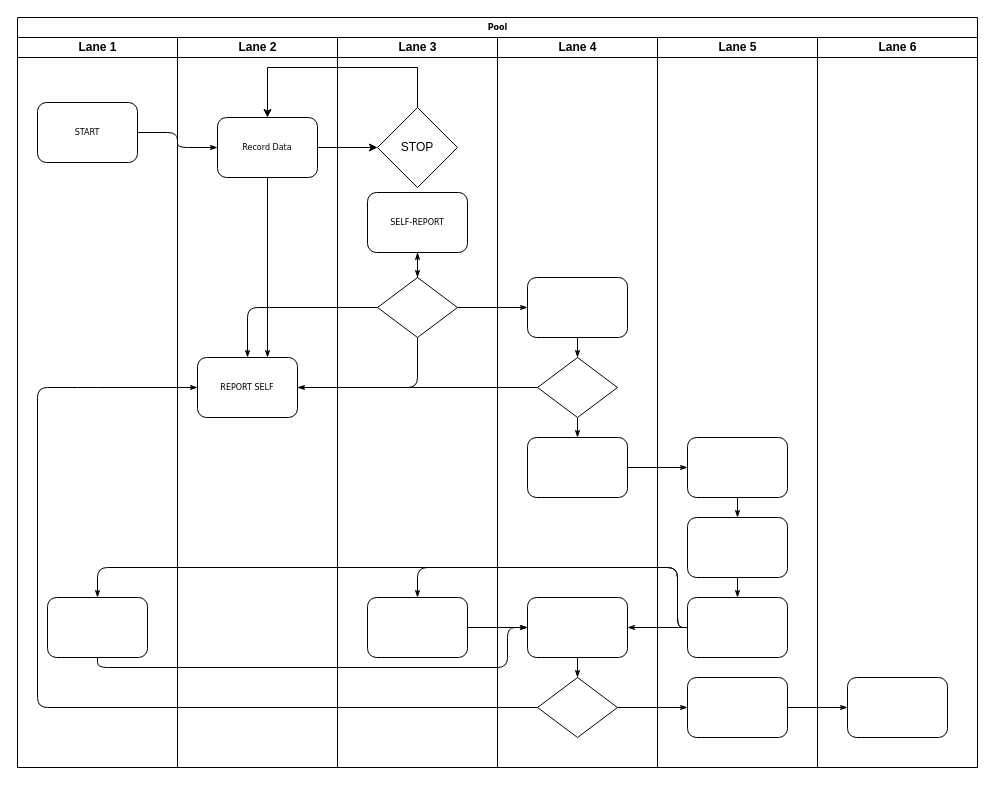
Before: Untitled Diagram.drawio in chrisogonas/uploadFiles, a draw.io diagram. Source tidied: cells renumbered, new cells numbered last; positions are measured from the earlier drawing's top-left corner, leaving out a move shared by most shapes. Both pictures are drawn from the tidied source at 100%, with x=0, y=0 at pixel (17, 17).
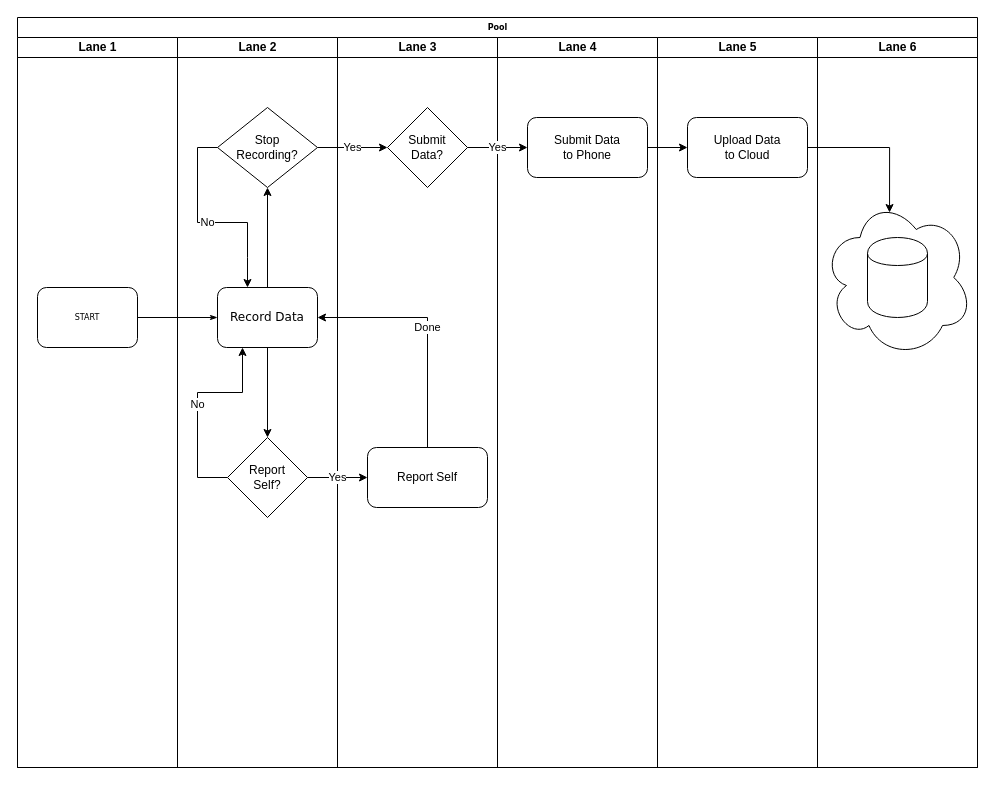
The same page after the edit.

The change refers to these unchanged cells:
```xml
<mxCell id="2" value="Pool" style="swimlane;html=1;startSize=20;rounded=0;shadow=0;labelBackgroundColor=none;strokeWidth=1;fontFamily=Verdana;fontSize=8;align=center;" parent="1" vertex="1">
  <mxGeometry width="960" height="750" as="geometry" />
</mxCell>
<mxCell id="3" value="Lane 1" style="swimlane;html=1;startSize=20;" parent="2" vertex="1">
  <mxGeometry y="20" width="160" height="730" as="geometry" />
</mxCell>
<mxCell id="20" value="Lane 2" style="swimlane;html=1;startSize=20;" parent="2" vertex="1">
  <mxGeometry x="160" y="20" width="160" height="730" as="geometry" />
</mxCell>
<mxCell id="24" value="Lane 3" style="swimlane;html=1;startSize=20;" parent="2" vertex="1">
  <mxGeometry x="320" y="20" width="160" height="730" as="geometry" />
</mxCell>
<mxCell id="30" value="Lane 4" style="swimlane;html=1;startSize=20;" parent="2" vertex="1">
  <mxGeometry x="480" y="20" width="160" height="730" as="geometry" />
</mxCell>
<mxCell id="39" value="Lane 5" style="swimlane;html=1;startSize=20;" parent="2" vertex="1">
  <mxGeometry x="640" y="20" width="160" height="730" as="geometry" />
</mxCell>
<mxCell id="46" value="Lane 6" style="swimlane;html=1;startSize=20;" parent="2" vertex="1">
  <mxGeometry x="800" y="20" width="160" height="730" as="geometry" />
</mxCell>
```

What changed in the source:
```diff
@@
     <mxCell id="4" value="START" style="rounded=1;whiteSpace=wrap;html=1;shadow=0;labelBackgroundColor=none;strokeWidth=1;fontFamily=Verdana;fontSize=8;align=center;" parent="3" vertex="1">
-      <mxGeometry x="20" y="65" width="100" height="60" as="geometry" />
+      <mxGeometry x="20" y="250" width="100" height="60" as="geometry" />
     </mxCell>
-    <mxCell id="5" style="rounded=1;whiteSpace=wrap;html=1;shadow=0;labelBackgroundColor=none;strokeWidth=1;fontFamily=Verdana;fontSize=8;align=center;" parent="3" vertex="1">
-      <mxGeometry x="30" y="560" width="100" height="60" as="geometry" />
-    </mxCell>
-    <mxCell id="6" style="edgeStyle=orthogonalEdgeStyle;rounded=1;html=1;labelBackgroundColor=none;startArrow=none;startFill=0;startSize=5;endArrow=classicThin;endFill=1;endSize=5;jettySize=auto;strokeWidth=1;fontFamily=Verdana;fontSize=8;" parent="2" edge="1" source="4" target="23">
-      <mxGeometry relative="1" as="geometry" />
-    </mxCell>
-    <mxCell id="7" style="edgeStyle=orthogonalEdgeStyle;rounded=1;html=1;labelBackgroundColor=none;startArrow=none;startFill=0;startSize=5;endArrow=classicThin;endFill=1;endSize=5;jettySize=auto;strokeWidth=1;fontFamily=Verdana;fontSize=8;" parent="2" edge="1" source="22" target="25">
-      <mxGeometry relative="1" as="geometry" />
-    </mxCell>
-    <mxCell id="8" style="edgeStyle=orthogonalEdgeStyle;rounded=1;html=1;labelBackgroundColor=none;startArrow=none;startFill=0;startSize=5;endArrow=classicThin;endFill=1;endSize=5;jettySize=auto;strokeWidth=1;fontFamily=Verdana;fontSize=8;" parent="2" edge="1" source="26" target="22">
-      <mxGeometry relative="1" as="geometry" />
-    </mxCell>
-    <mxCell id="9" style="edgeStyle=orthogonalEdgeStyle;rounded=1;html=1;labelBackgroundColor=none;startArrow=none;startFill=0;startSize=5;endArrow=classicThin;endFill=1;endSize=5;jettySize=auto;strokeWidth=1;fontFamily=Verdana;fontSize=8;" parent="2" edge="1" source="32" target="22">
-      <mxGeometry relative="1" as="geometry" />
-    </mxCell>
-    <mxCell id="10" style="edgeStyle=orthogonalEdgeStyle;rounded=1;html=1;labelBackgroundColor=none;startArrow=none;startFill=0;startSize=5;endArrow=classicThin;endFill=1;endSize=5;jettySize=auto;strokeWidth=1;fontFamily=Verdana;fontSize=8;" parent="2" edge="1" source="35" target="22">
-      <mxGeometry relative="1" as="geometry">
-        <Array as="points">
-          <mxPoint x="20" y="690" />
-          <mxPoint x="20" y="370" />
-          <mxPoint x="70" y="370" />
-        </Array>
-      </mxGeometry>
-    </mxCell>
-    <mxCell id="11" style="edgeStyle=orthogonalEdgeStyle;rounded=1;html=1;labelBackgroundColor=none;startArrow=none;startFill=0;startSize=5;endArrow=classicThin;endFill=1;endSize=5;jettySize=auto;strokeWidth=1;fontFamily=Verdana;fontSize=8;" parent="2" edge="1" source="26" target="31">
-      <mxGeometry relative="1" as="geometry" />
-    </mxCell>
-    <mxCell id="12" style="edgeStyle=orthogonalEdgeStyle;rounded=1;html=1;labelBackgroundColor=none;startArrow=none;startFill=0;startSize=5;endArrow=classicThin;endFill=1;endSize=5;jettySize=auto;strokeWidth=1;fontFamily=Verdana;fontSize=8;" parent="2" edge="1" source="35" target="43">
-      <mxGeometry relative="1" as="geometry" />
+    <mxCell id="12" style="edgeStyle=orthogonalEdgeStyle;rounded=1;html=1;labelBackgroundColor=none;startArrow=none;startFill=0;startSize=5;endArrow=classicThin;endFill=1;endSize=5;jettySize=auto;orthogonalLoop=1;strokeWidth=1;fontFamily=Verdana;fontSize=8;" parent="2" edge="1">
+      <mxGeometry relative="1" as="geometry">
+        <mxPoint x="670" y="690" as="targetPoint" />
+      </mxGeometry>
     </mxCell>
-    <mxCell id="13" style="edgeStyle=orthogonalEdgeStyle;rounded=1;html=1;labelBackgroundColor=none;startArrow=none;startFill=0;startSize=5;endArrow=classicThin;endFill=1;endSize=5;jettySize=auto;strokeWidth=1;fontFamily=Verdana;fontSize=8;" parent="2" edge="1" source="43" target="47">
-      <mxGeometry relative="1" as="geometry" />
+    <mxCell id="13" style="edgeStyle=orthogonalEdgeStyle;rounded=1;html=1;labelBackgroundColor=none;startArrow=none;startFill=0;startSize=5;endArrow=classicThin;endFill=1;endSize=5;jettySize=auto;orthogonalLoop=1;strokeWidth=1;fontFamily=Verdana;fontSize=8;" parent="2" edge="1">
+      <mxGeometry relative="1" as="geometry">
+        <mxPoint x="770" y="690" as="sourcePoint" />
+      </mxGeometry>
     </mxCell>
-    <mxCell id="14" style="edgeStyle=orthogonalEdgeStyle;rounded=1;html=1;labelBackgroundColor=none;startArrow=none;startFill=0;startSize=5;endArrow=classicThin;endFill=1;endSize=5;jettySize=auto;strokeWidth=1;fontFamily=Verdana;fontSize=8;" parent="2" edge="1" source="33" target="40">
-      <mxGeometry relative="1" as="geometry" />
-    </mxCell>
-    <mxCell id="15" style="edgeStyle=orthogonalEdgeStyle;rounded=1;html=1;labelBackgroundColor=none;startArrow=none;startFill=0;startSize=5;endArrow=classicThin;endFill=1;endSize=5;jettySize=auto;strokeWidth=1;fontFamily=Verdana;fontSize=8;" parent="2" edge="1" source="42" target="27">
+    <mxCell id="15" style="edgeStyle=orthogonalEdgeStyle;rounded=1;html=1;labelBackgroundColor=none;startArrow=none;startFill=0;startSize=5;endArrow=classicThin;endFill=1;endSize=5;jettySize=auto;orthogonalLoop=1;strokeWidth=1;fontFamily=Verdana;fontSize=8;" parent="2" edge="1">
       <mxGeometry relative="1" as="geometry">
+        <mxPoint x="400" y="580" as="targetPoint" />
         <Array as="points">
           <mxPoint x="660" y="610" />
           <mxPoint x="660" y="550" />
           <mxPoint x="400" y="550" />
         </Array>
       </mxGeometry>
     </mxCell>
-    <mxCell id="16" style="edgeStyle=orthogonalEdgeStyle;rounded=1;html=1;labelBackgroundColor=none;startArrow=none;startFill=0;startSize=5;endArrow=classicThin;endFill=1;endSize=5;jettySize=auto;strokeColor=#000000;strokeWidth=1;fontFamily=Verdana;fontSize=8;fontColor=#000000;" parent="2" edge="1" source="42" target="34">
-      <mxGeometry relative="1" as="geometry" />
+    <mxCell id="16" style="edgeStyle=orthogonalEdgeStyle;rounded=1;html=1;labelBackgroundColor=none;startArrow=none;startFill=0;startSize=5;endArrow=classicThin;endFill=1;endSize=5;jettySize=auto;orthogonalLoop=1;strokeColor=#000000;strokeWidth=1;fontFamily=Verdana;fontSize=8;fontColor=#000000;" parent="2" edge="1">
+      <mxGeometry relative="1" as="geometry">
+        <mxPoint x="610" y="610" as="targetPoint" />
+      </mxGeometry>
     </mxCell>
-    <mxCell id="17" style="edgeStyle=orthogonalEdgeStyle;rounded=1;html=1;labelBackgroundColor=none;startArrow=none;startFill=0;startSize=5;endArrow=classicThin;endFill=1;endSize=5;jettySize=auto;strokeWidth=1;fontFamily=Verdana;fontSize=8;" parent="2" edge="1" source="42" target="5">
+    <mxCell id="17" style="edgeStyle=orthogonalEdgeStyle;rounded=1;html=1;labelBackgroundColor=none;startArrow=none;startFill=0;startSize=5;endArrow=classicThin;endFill=1;endSize=5;jettySize=auto;orthogonalLoop=1;strokeWidth=1;fontFamily=Verdana;fontSize=8;" parent="2" edge="1">
       <mxGeometry relative="1" as="geometry">
+        <mxPoint x="80" y="580" as="targetPoint" />
         <Array as="points">
           <mxPoint x="660" y="610" />
           <mxPoint x="660" y="550" />
           <mxPoint x="80" y="550" />
         </Array>
       </mxGeometry>
     </mxCell>
-    <mxCell id="18" style="edgeStyle=orthogonalEdgeStyle;rounded=1;html=1;labelBackgroundColor=none;startArrow=none;startFill=0;startSize=5;endArrow=classicThin;endFill=1;endSize=5;jettySize=auto;strokeWidth=1;fontFamily=Verdana;fontSize=8;" parent="2" edge="1" source="5" target="34">
+    <mxCell id="18" style="edgeStyle=orthogonalEdgeStyle;rounded=1;html=1;labelBackgroundColor=none;startArrow=none;startFill=0;startSize=5;endArrow=classicThin;endFill=1;endSize=5;jettySize=auto;orthogonalLoop=1;strokeWidth=1;fontFamily=Verdana;fontSize=8;" parent="2" edge="1">
       <mxGeometry relative="1" as="geometry">
+        <mxPoint x="80" y="640" as="sourcePoint" />
         <Array as="points">
           <mxPoint x="80" y="650" />
           <mxPoint x="490" y="650" />
           <mxPoint x="490" y="610" />
         </Array>
       </mxGeometry>
     </mxCell>
-    <mxCell id="19" style="edgeStyle=orthogonalEdgeStyle;rounded=1;html=1;labelBackgroundColor=none;startArrow=none;startFill=0;startSize=5;endArrow=classicThin;endFill=1;endSize=5;jettySize=auto;strokeWidth=1;fontFamily=Verdana;fontSize=8;" parent="2" edge="1" source="27" target="34">
-      <mxGeometry relative="1" as="geometry" />
+    <mxCell id="19" style="edgeStyle=orthogonalEdgeStyle;rounded=1;html=1;labelBackgroundColor=none;startArrow=none;startFill=0;startSize=5;endArrow=classicThin;endFill=1;endSize=5;jettySize=auto;orthogonalLoop=1;strokeWidth=1;fontFamily=Verdana;fontSize=8;" parent="2" edge="1">
+      <mxGeometry relative="1" as="geometry">
+        <mxPoint x="450" y="610" as="sourcePoint" />
+      </mxGeometry>
     </mxCell>
+    <mxCell id="6" style="edgeStyle=orthogonalEdgeStyle;rounded=1;html=1;labelBackgroundColor=none;startArrow=none;startFill=0;startSize=5;endArrow=classicThin;endFill=1;endSize=5;jettySize=auto;strokeWidth=1;fontFamily=Verdana;fontSize=8;" parent="2" edge="1" source="4" target="23">
+      <mxGeometry relative="1" as="geometry" />
+    </mxCell>
+    <mxCell id="50" value="Yes" style="edgeStyle=orthogonalEdgeStyle;rounded=0;comic=0;jettySize=auto;html=1;shadow=0;strokeColor=#000000;" parent="2" edge="1" source="29" target="55">
+      <mxGeometry relative="1" as="geometry" />
+    </mxCell>
@@
-    <mxCell id="21" style="edgeStyle=orthogonalEdgeStyle;rounded=1;html=1;labelBackgroundColor=none;startArrow=none;startFill=0;startSize=5;endArrow=classicThin;endFill=1;endSize=5;jettySize=auto;strokeWidth=1;fontFamily=Verdana;fontSize=8;" parent="20" edge="1" source="23" target="22">
-      <mxGeometry relative="1" as="geometry">
-        <Array as="points">
-          <mxPoint x="80" y="135" />
-          <mxPoint x="-90" y="135" />
-        </Array>
-      </mxGeometry>
-    </mxCell>
-    <mxCell id="22" value="REPORT SELF" style="rounded=1;whiteSpace=wrap;html=1;shadow=0;labelBackgroundColor=none;strokeWidth=1;fontFamily=Verdana;fontSize=8;align=center;" parent="20" vertex="1">
-      <mxGeometry x="20" y="320" width="100" height="60" as="geometry" />
-    </mxCell>
+    <mxCell id="29" value="Stop&lt;br&gt;Recording?" style="rhombus;whiteSpace=wrap;html=1;" parent="20" vertex="1">
+      <mxGeometry x="40" y="70" width="100" height="80" as="geometry" />
+    </mxCell>
+    <mxCell id="51" style="edgeStyle=orthogonalEdgeStyle;rounded=0;comic=0;jettySize=auto;html=1;shadow=0;strokeColor=#000000;entryX=0.5;entryY=0;entryDx=0;entryDy=0;" parent="20" edge="1" source="23" target="53">
+      <mxGeometry relative="1" as="geometry" />
+    </mxCell>
-    <mxCell id="23" value="Record Data" style="rounded=1;whiteSpace=wrap;html=1;shadow=0;labelBackgroundColor=none;strokeWidth=1;fontFamily=Verdana;fontSize=8;align=center;" parent="20" vertex="1">
-      <mxGeometry x="40" y="80" width="100" height="60" as="geometry" />
+    <mxCell id="23" value="&lt;font style=&quot;font-size: 12px&quot;&gt;Record Data&lt;/font&gt;" style="rounded=1;whiteSpace=wrap;html=1;shadow=0;labelBackgroundColor=none;strokeWidth=1;fontFamily=Verdana;fontSize=8;align=center;" parent="20" vertex="1">
+      <mxGeometry x="40" y="250" width="100" height="60" as="geometry" />
     </mxCell>
+    <mxCell id="48" style="edgeStyle=orthogonalEdgeStyle;rounded=0;jettySize=auto;html=1;" parent="20" edge="1" source="23" target="29">
+      <mxGeometry relative="1" as="geometry" />
+    </mxCell>
+    <mxCell id="52" value="No" style="edgeStyle=orthogonalEdgeStyle;rounded=0;comic=0;jettySize=auto;html=1;entryX=0.25;entryY=1;entryDx=0;entryDy=0;shadow=0;strokeColor=#000000;" parent="20" edge="1" source="53" target="23">
+      <mxGeometry relative="1" as="geometry">
+        <Array as="points">
+          <mxPoint x="20" y="440" />
+          <mxPoint x="20" y="355" />
+          <mxPoint x="65" y="355" />
+        </Array>
+      </mxGeometry>
+    </mxCell>
+    <mxCell id="53" value="Report&lt;br&gt;Self?" style="rhombus;whiteSpace=wrap;html=1;" parent="20" vertex="1">
+      <mxGeometry x="50" y="400" width="80" height="80" as="geometry" />
+    </mxCell>
@@
-    <mxCell id="25" value="SELF-REPORT" style="rounded=1;whiteSpace=wrap;html=1;shadow=0;labelBackgroundColor=none;strokeWidth=1;fontFamily=Verdana;fontSize=8;align=center;" parent="24" vertex="1">
-      <mxGeometry x="30" y="155" width="100" height="60" as="geometry" />
-    </mxCell>
-    <mxCell id="26" style="rhombus;whiteSpace=wrap;html=1;rounded=0;shadow=0;labelBackgroundColor=none;strokeWidth=1;fontFamily=Verdana;fontSize=8;align=center;" parent="24" vertex="1">
-      <mxGeometry x="40" y="240" width="80" height="60" as="geometry" />
-    </mxCell>
-    <mxCell id="27" style="rounded=1;whiteSpace=wrap;html=1;shadow=0;labelBackgroundColor=none;strokeWidth=1;fontFamily=Verdana;fontSize=8;align=center;" parent="24" vertex="1">
-      <mxGeometry x="30" y="560" width="100" height="60" as="geometry" />
-    </mxCell>
-    <mxCell id="28" style="edgeStyle=orthogonalEdgeStyle;rounded=1;html=1;labelBackgroundColor=none;startArrow=none;startFill=0;startSize=5;endArrow=classicThin;endFill=1;endSize=5;jettySize=auto;strokeWidth=1;fontFamily=Verdana;fontSize=8;" parent="24" edge="1" source="25" target="26">
-      <mxGeometry relative="1" as="geometry" />
-    </mxCell>
-    <mxCell id="29" value="STOP" style="rhombus;whiteSpace=wrap;html=1;" parent="24" vertex="1">
-      <mxGeometry x="40" y="70" width="80" height="80" as="geometry" />
-    </mxCell>
+    <mxCell id="54" value="Report Self" style="rounded=1;whiteSpace=wrap;html=1;" parent="24" vertex="1">
+      <mxGeometry x="30" y="410" width="120" height="60" as="geometry" />
+    </mxCell>
+    <mxCell id="55" value="Submit&lt;br&gt;Data?" style="rhombus;whiteSpace=wrap;html=1;" parent="24" vertex="1">
+      <mxGeometry x="50" y="70" width="80" height="80" as="geometry" />
+    </mxCell>
@@
-    <mxCell id="31" style="rounded=1;whiteSpace=wrap;html=1;shadow=0;labelBackgroundColor=none;strokeWidth=1;fontFamily=Verdana;fontSize=8;align=center;" parent="30" vertex="1">
-      <mxGeometry x="30" y="240" width="100" height="60" as="geometry" />
-    </mxCell>
-    <mxCell id="32" style="rhombus;whiteSpace=wrap;html=1;rounded=0;shadow=0;labelBackgroundColor=none;strokeWidth=1;fontFamily=Verdana;fontSize=8;align=center;" parent="30" vertex="1">
-      <mxGeometry x="40" y="320" width="80" height="60" as="geometry" />
-    </mxCell>
-    <mxCell id="33" style="rounded=1;whiteSpace=wrap;html=1;shadow=0;labelBackgroundColor=none;strokeWidth=1;fontFamily=Verdana;fontSize=8;align=center;" parent="30" vertex="1">
-      <mxGeometry x="30" y="400" width="100" height="60" as="geometry" />
-    </mxCell>
-    <mxCell id="34" style="rounded=1;whiteSpace=wrap;html=1;shadow=0;labelBackgroundColor=none;strokeWidth=1;fontFamily=Verdana;fontSize=8;align=center;" parent="30" vertex="1">
-      <mxGeometry x="30" y="560" width="100" height="60" as="geometry" />
-    </mxCell>
-    <mxCell id="35" style="rhombus;whiteSpace=wrap;html=1;rounded=0;shadow=0;labelBackgroundColor=none;strokeWidth=1;fontFamily=Verdana;fontSize=8;align=center;" parent="30" vertex="1">
-      <mxGeometry x="40" y="640" width="80" height="60" as="geometry" />
-    </mxCell>
-    <mxCell id="36" style="edgeStyle=orthogonalEdgeStyle;rounded=1;html=1;labelBackgroundColor=none;startArrow=none;startFill=0;startSize=5;endArrow=classicThin;endFill=1;endSize=5;jettySize=auto;strokeColor=#000000;strokeWidth=1;fontFamily=Verdana;fontSize=8;fontColor=#000000;" parent="30" edge="1" source="31" target="32">
-      <mxGeometry relative="1" as="geometry" />
-    </mxCell>
-    <mxCell id="37" style="edgeStyle=orthogonalEdgeStyle;rounded=1;html=1;labelBackgroundColor=none;startArrow=none;startFill=0;startSize=5;endArrow=classicThin;endFill=1;endSize=5;jettySize=auto;strokeWidth=1;fontFamily=Verdana;fontSize=8;" parent="30" edge="1" source="32" target="33">
-      <mxGeometry relative="1" as="geometry" />
-    </mxCell>
-    <mxCell id="38" style="edgeStyle=orthogonalEdgeStyle;rounded=1;html=1;labelBackgroundColor=none;startArrow=none;startFill=0;startSize=5;endArrow=classicThin;endFill=1;endSize=5;jettySize=auto;strokeWidth=1;fontFamily=Verdana;fontSize=8;" parent="30" edge="1" source="34" target="35">
-      <mxGeometry relative="1" as="geometry" />
+    <mxCell id="38" style="edgeStyle=orthogonalEdgeStyle;rounded=1;html=1;labelBackgroundColor=none;startArrow=none;startFill=0;startSize=5;endArrow=classicThin;endFill=1;endSize=5;jettySize=auto;orthogonalLoop=1;strokeWidth=1;fontFamily=Verdana;fontSize=8;" parent="30" edge="1">
+      <mxGeometry relative="1" as="geometry">
+        <mxPoint x="80" y="620" as="sourcePoint" />
+      </mxGeometry>
     </mxCell>
+    <mxCell id="56" value="Submit Data&lt;br&gt;to Phone" style="rounded=1;whiteSpace=wrap;html=1;" parent="30" vertex="1">
+      <mxGeometry x="30" y="80" width="120" height="60" as="geometry" />
+    </mxCell>
@@
-    <mxCell id="40" style="rounded=1;whiteSpace=wrap;html=1;shadow=0;labelBackgroundColor=none;strokeWidth=1;fontFamily=Verdana;fontSize=8;align=center;" parent="39" vertex="1">
-      <mxGeometry x="30" y="400" width="100" height="60" as="geometry" />
-    </mxCell>
-    <mxCell id="41" style="rounded=1;whiteSpace=wrap;html=1;shadow=0;labelBackgroundColor=none;strokeWidth=1;fontFamily=Verdana;fontSize=8;align=center;" parent="39" vertex="1">
-      <mxGeometry x="30" y="480" width="100" height="60" as="geometry" />
-    </mxCell>
-    <mxCell id="42" style="rounded=1;whiteSpace=wrap;html=1;shadow=0;labelBackgroundColor=none;strokeWidth=1;fontFamily=Verdana;fontSize=8;align=center;" parent="39" vertex="1">
-      <mxGeometry x="30" y="560" width="100" height="60" as="geometry" />
-    </mxCell>
-    <mxCell id="43" style="rounded=1;whiteSpace=wrap;html=1;shadow=0;labelBackgroundColor=none;strokeWidth=1;fontFamily=Verdana;fontSize=8;align=center;" parent="39" vertex="1">
-      <mxGeometry x="30" y="640" width="100" height="60" as="geometry" />
-    </mxCell>
-    <mxCell id="44" style="edgeStyle=orthogonalEdgeStyle;rounded=1;html=1;labelBackgroundColor=none;startArrow=none;startFill=0;startSize=5;endArrow=classicThin;endFill=1;endSize=5;jettySize=auto;strokeWidth=1;fontFamily=Verdana;fontSize=8;" parent="39" edge="1" source="40" target="41">
-      <mxGeometry relative="1" as="geometry" />
-    </mxCell>
-    <mxCell id="45" style="edgeStyle=orthogonalEdgeStyle;rounded=1;html=1;labelBackgroundColor=none;startArrow=none;startFill=0;startSize=5;endArrow=classicThin;endFill=1;endSize=5;jettySize=auto;strokeWidth=1;fontFamily=Verdana;fontSize=8;" parent="39" edge="1" source="41" target="42">
-      <mxGeometry relative="1" as="geometry" />
-    </mxCell>
+    <mxCell id="57" value="Upload Data&lt;br&gt;to Cloud" style="rounded=1;whiteSpace=wrap;html=1;" parent="39" vertex="1">
+      <mxGeometry x="30" y="80" width="120" height="60" as="geometry" />
+    </mxCell>
@@
-    <mxCell id="47" style="rounded=1;whiteSpace=wrap;html=1;shadow=0;labelBackgroundColor=none;strokeWidth=1;fontFamily=Verdana;fontSize=8;align=center;" parent="46" vertex="1">
-      <mxGeometry x="30" y="640" width="100" height="60" as="geometry" />
-    </mxCell>
-    <mxCell id="48" style="edgeStyle=orthogonalEdgeStyle;rounded=0;jettySize=auto;html=1;" parent="2" edge="1" source="23" target="29">
-      <mxGeometry relative="1" as="geometry" />
-    </mxCell>
-    <mxCell id="49" style="edgeStyle=orthogonalEdgeStyle;rounded=0;jettySize=auto;html=1;entryX=0.5;entryY=0;entryDx=0;entryDy=0;strokeColor=#000000;shadow=0;" parent="2" edge="1" source="29" target="23">
-      <mxGeometry relative="1" as="geometry">
-        <Array as="points">
-          <mxPoint x="400" y="50" />
-          <mxPoint x="250" y="50" />
-        </Array>
-      </mxGeometry>
-    </mxCell>
+    <mxCell id="58" style="ellipse;shape=cloud;whiteSpace=wrap;html=1;" parent="46" vertex="1">
+      <mxGeometry x="5" y="160" width="150" height="160" as="geometry" />
+    </mxCell>
+    <mxCell id="59" style="shape=cylinder;whiteSpace=wrap;html=1;boundedLbl=1;backgroundOutline=1;" parent="46" vertex="1">
+      <mxGeometry x="50" y="200" width="60" height="80" as="geometry" />
+    </mxCell>
+    <mxCell id="60" value="Yes" style="edgeStyle=orthogonalEdgeStyle;rounded=0;comic=0;jettySize=auto;html=1;shadow=0;strokeColor=#000000;" parent="2" edge="1" source="53" target="54">
+      <mxGeometry relative="1" as="geometry" />
+    </mxCell>
+    <mxCell id="61" value="Done" style="edgeStyle=orthogonalEdgeStyle;rounded=0;comic=0;jettySize=auto;html=1;shadow=0;strokeColor=#000000;entryX=1;entryY=0.5;entryDx=0;entryDy=0;" parent="2" edge="1" source="54" target="23">
+      <mxGeometry relative="1" as="geometry">
+        <Array as="points">
+          <mxPoint x="410" y="300" />
+        </Array>
+      </mxGeometry>
+    </mxCell>
+    <mxCell id="62" value="Yes" style="edgeStyle=orthogonalEdgeStyle;rounded=0;comic=0;jettySize=auto;html=1;shadow=0;strokeColor=#000000;" parent="2" edge="1" source="55" target="56">
+      <mxGeometry relative="1" as="geometry" />
+    </mxCell>
+    <mxCell id="63" style="edgeStyle=orthogonalEdgeStyle;rounded=0;comic=0;jettySize=auto;html=1;shadow=0;strokeColor=#000000;" parent="2" edge="1" source="56" target="57">
+      <mxGeometry relative="1" as="geometry" />
+    </mxCell>
+    <mxCell id="64" style="edgeStyle=orthogonalEdgeStyle;rounded=0;comic=0;jettySize=auto;html=1;entryX=0.447;entryY=0.094;entryDx=0;entryDy=0;entryPerimeter=0;shadow=0;strokeColor=#000000;" parent="2" edge="1" source="57" target="58">
+      <mxGeometry relative="1" as="geometry" />
+    </mxCell>
+    <mxCell id="65" value="No" style="edgeStyle=orthogonalEdgeStyle;rounded=0;comic=0;jettySize=auto;html=1;shadow=0;strokeColor=#000000;" parent="1" edge="1" source="29">
+      <mxGeometry relative="1" as="geometry">
+        <mxPoint x="230" y="270" as="targetPoint" />
+        <Array as="points">
+          <mxPoint x="180" y="130" />
+          <mxPoint x="180" y="205" />
+          <mxPoint x="230" y="205" />
+          <mxPoint x="230" y="240" />
+        </Array>
+      </mxGeometry>
+    </mxCell>
```
